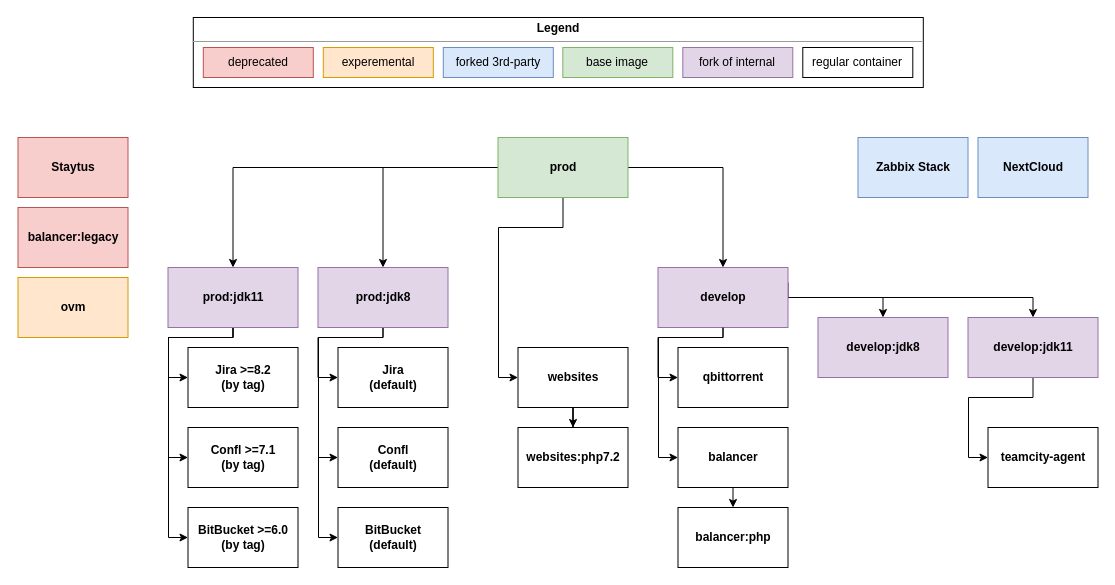
The draw.io diagram .github/docker-scripts.drawio in EpicMorg/docker, before the edit. Source tidied: cells renumbered, new cells numbered last; positions are measured from the earlier drawing's top-left corner, leaving out a move shared by most shapes. Both pictures are drawn from the tidied source at 100%, with x=0, y=0 at pixel (18, 17).
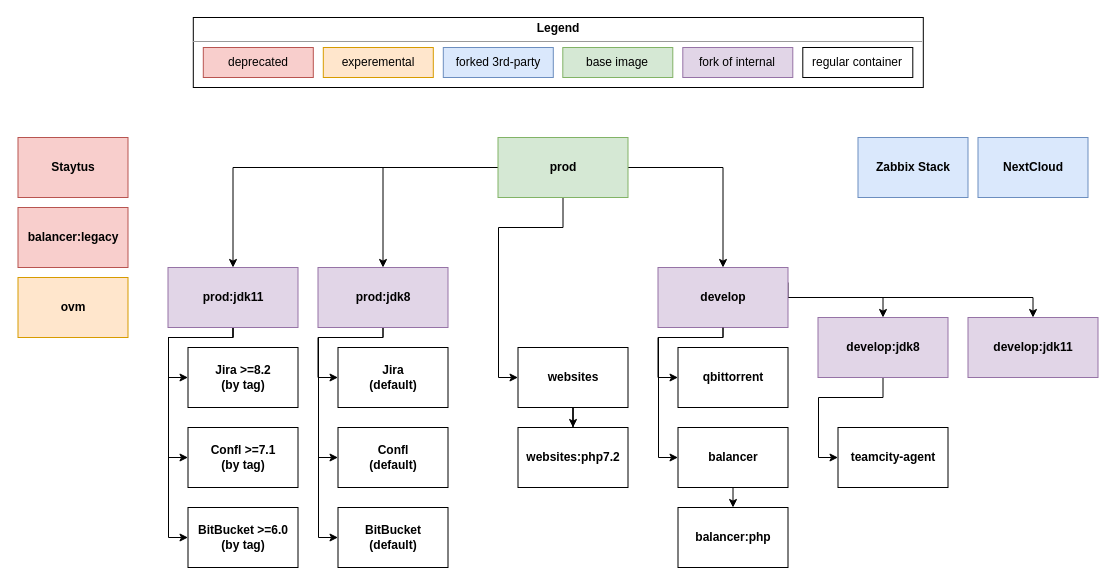
After the change.

Unchanged cells that the change refers to:
```xml
<mxCell id="17" value="&lt;span style=&quot;font-weight: 700 ; white-space: nowrap&quot;&gt;develop&lt;/span&gt;&lt;span style=&quot;font-weight: 700 ; white-space: nowrap&quot;&gt;:jdk11&lt;/span&gt;" style="whiteSpace=wrap;html=1;align=center;verticalAlign=middle;fillColor=#e1d5e7;strokeColor=#9673a6;" parent="1" vertex="1">
  <mxGeometry x="949.5" y="300" width="130" height="60" as="geometry" />
</mxCell>
<mxCell id="18" value="&lt;span style=&quot;font-weight: 700 ; white-space: nowrap&quot;&gt;develop:jdk8&lt;/span&gt;" style="whiteSpace=wrap;html=1;align=center;verticalAlign=middle;fillColor=#e1d5e7;strokeColor=#9673a6;" parent="1" vertex="1">
  <mxGeometry x="799.5" y="300" width="130" height="60" as="geometry" />
</mxCell>
```

What changed in the source:
```diff
@@
     <mxCell id="15" value="&lt;span style=&quot;white-space: nowrap&quot;&gt;&lt;b&gt;teamcity-agent&lt;/b&gt;&lt;/span&gt;" style="whiteSpace=wrap;html=1;align=center;verticalAlign=middle;" parent="1" vertex="1">
-      <mxGeometry x="969.5" y="410" width="110" height="60" as="geometry" />
+      <mxGeometry x="819.5" y="410" width="110" height="60" as="geometry" />
     </mxCell>
-    <mxCell id="16" style="edgeStyle=orthogonalEdgeStyle;rounded=0;jettySize=auto;html=1;exitX=0.5;exitY=1;exitDx=0;exitDy=0;entryX=0;entryY=0.5;entryDx=0;entryDy=0;" parent="1" edge="1" source="17" target="15">
+    <mxCell id="16" style="edgeStyle=orthogonalEdgeStyle;rounded=0;jettySize=auto;html=1;exitX=0.5;exitY=1;exitDx=0;exitDy=0;entryX=0;entryY=0.5;entryDx=0;entryDy=0;" parent="1" edge="1" source="18" target="15">
       <mxGeometry relative="1" as="geometry">
         <Array as="points">
-          <mxPoint x="1015" y="380" />
-          <mxPoint x="950" y="380" />
-          <mxPoint x="950" y="440" />
+          <mxPoint x="865" y="380" />
+          <mxPoint x="800" y="380" />
+          <mxPoint x="800" y="440" />
         </Array>
       </mxGeometry>
     </mxCell>
```
